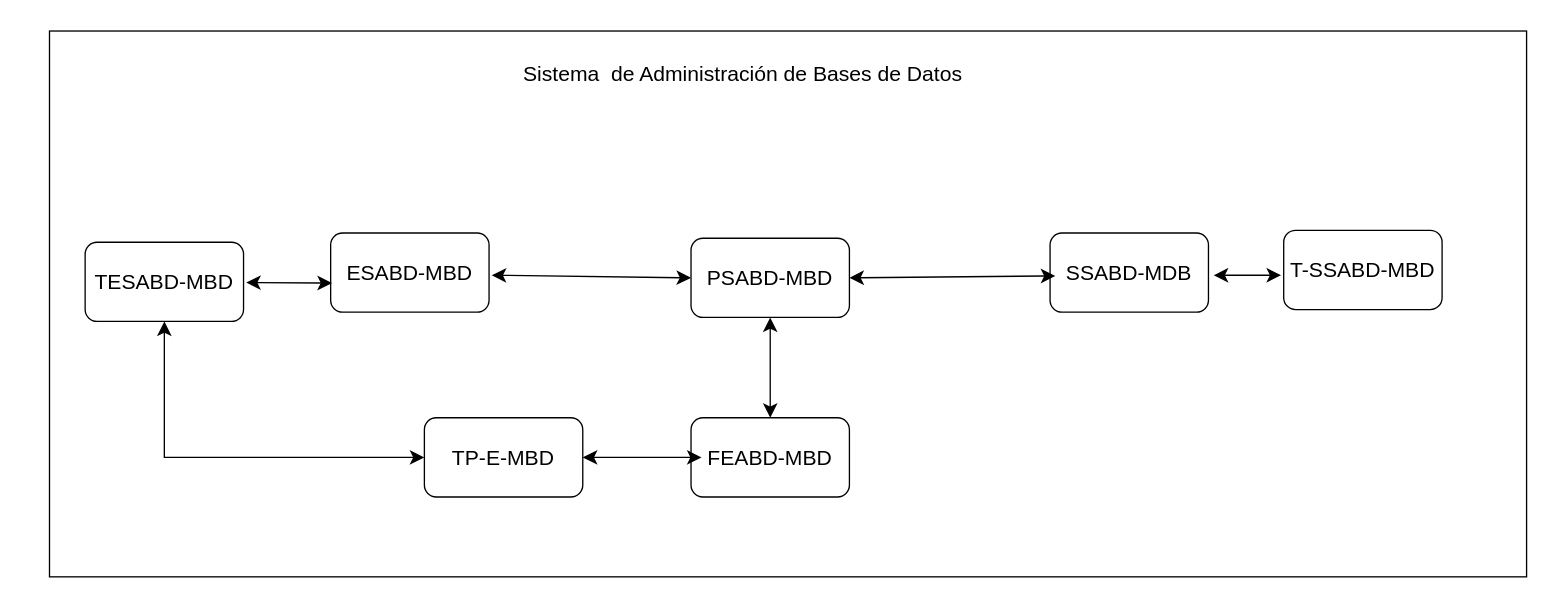
EstebanGitPro/AdminFinanazas keeps this draw.io diagram as page "Página-1" (1 of 2) of Examen1MV.drawio. Above is the earlier version. Source tidied: cells renumbered, new cells numbered last; positions are measured from the earlier drawing's top-left corner, leaving out a move shared by most shapes. Both pictures are drawn from the tidied source at 132%, with x=0, y=0 at pixel (49, 30).
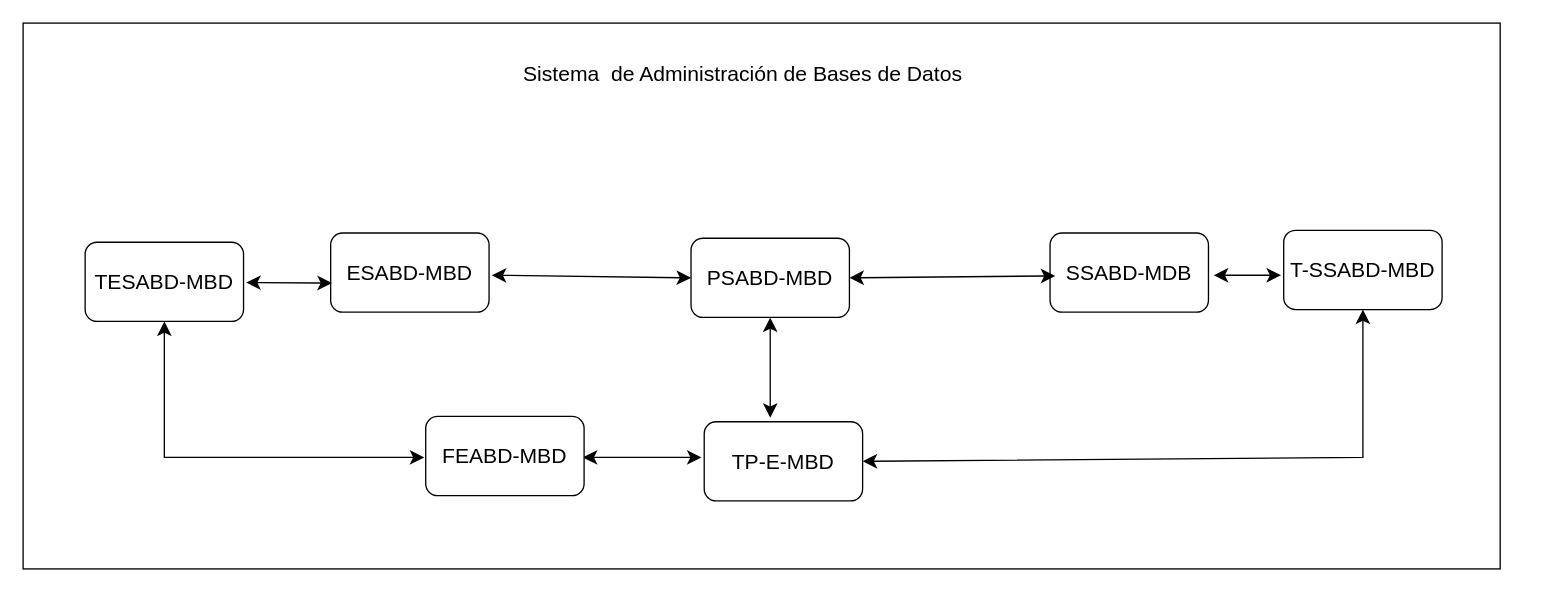
After the change.

Unchanged cells that the change refers to:
```xml
<mxCell id="4" value="PSABD-MBD" style="rounded=1;whiteSpace=wrap;html=1;fontSize=16;" parent="1" vertex="1">
  <mxGeometry x="486" y="157" width="120" height="60" as="geometry" />
</mxCell>
<mxCell id="7" value="T-SSABD-MBD" style="rounded=1;whiteSpace=wrap;html=1;fontSize=16;" parent="1" vertex="1">
  <mxGeometry x="935" y="151" width="120" height="60" as="geometry" />
</mxCell>
<mxCell id="13" value="TESABD-MBD" style="rounded=1;whiteSpace=wrap;html=1;fontSize=16;" parent="1" vertex="1">
  <mxGeometry x="27" y="160" width="120" height="60" as="geometry" />
</mxCell>
```

Change to the diagram source:
```diff
@@
     <mxCell id="2" style="rounded=0;whiteSpace=wrap;html=1;fontSize=16;" parent="1" vertex="1">
-      <mxGeometry width="1119" height="413.5" as="geometry" />
+      <mxGeometry x="-20" y="-6" width="1119" height="413.5" as="geometry" />
     </mxCell>
@@
-    <mxCell id="6" value="TP-E-MBD" style="rounded=1;whiteSpace=wrap;html=1;fontSize=16;" parent="1" vertex="1">
-      <mxGeometry x="284" y="293" width="120" height="60" as="geometry" />
-    </mxCell>
@@
-    <mxCell id="14" value="FEABD-MBD" style="rounded=1;whiteSpace=wrap;html=1;fontSize=16;" parent="1" vertex="1">
-      <mxGeometry x="486" y="293" width="120" height="60" as="geometry" />
-    </mxCell>
-    <mxCell id="15" style="endArrow=classic;startArrow=classic;html=1;rounded=0;fontSize=12;startSize=8;endSize=8;curved=1;entryX=0.5;entryY=1;entryDx=0;entryDy=0;exitX=0.5;exitY=0;exitDx=0;exitDy=0;" parent="1" edge="1" source="14" target="4">
-      <mxGeometry relative="1" as="geometry" />
+    <mxCell id="15" style="endArrow=classic;startArrow=classic;html=1;rounded=0;fontSize=12;startSize=8;endSize=8;curved=1;entryX=0.5;entryY=1;entryDx=0;entryDy=0;exitX=0.5;exitY=0;exitDx=0;exitDy=0;" parent="1" edge="1" target="4">
+      <mxGeometry relative="1" as="geometry">
+        <mxPoint x="546" y="293" as="sourcePoint" />
+      </mxGeometry>
     </mxCell>
-    <mxCell id="16" style="endArrow=classic;startArrow=classic;html=1;rounded=0;fontSize=12;startSize=8;endSize=8;curved=1;exitX=1;exitY=0.5;exitDx=0;exitDy=0;" parent="1" edge="1" source="6">
+    <mxCell id="16" style="endArrow=classic;startArrow=classic;html=1;rounded=0;fontSize=12;startSize=8;endSize=8;curved=1;exitX=1;exitY=0.5;exitDx=0;exitDy=0;" parent="1" edge="1">
       <mxGeometry relative="1" as="geometry">
+        <mxPoint x="404" y="323" as="sourcePoint" />
         <mxPoint x="494" y="323" as="targetPoint" />
       </mxGeometry>
     </mxCell>
-    <mxCell id="17" style="endArrow=classic;startArrow=classic;html=1;rounded=0;fontSize=12;startSize=8;endSize=8;entryX=0.5;entryY=1;entryDx=0;entryDy=0;exitX=0;exitY=0.5;exitDx=0;exitDy=0;" parent="1" edge="1" source="6" target="13">
+    <mxCell id="17" style="endArrow=classic;startArrow=classic;html=1;rounded=0;fontSize=12;startSize=8;endSize=8;entryX=0.5;entryY=1;entryDx=0;entryDy=0;exitX=0;exitY=0.5;exitDx=0;exitDy=0;" parent="1" edge="1" target="13">
       <mxGeometry relative="1" as="geometry">
+        <mxPoint x="284" y="323" as="sourcePoint" />
         <Array as="points">
           <mxPoint x="87" y="323" />
         </Array>
       </mxGeometry>
     </mxCell>
+    <mxCell id="6" value="TP-E-MBD" style="rounded=1;whiteSpace=wrap;html=1;fontSize=16;" parent="1" vertex="1">
+      <mxGeometry x="496" y="296" width="120" height="60" as="geometry" />
+    </mxCell>
+    <mxCell id="14" value="FEABD-MBD" style="rounded=1;whiteSpace=wrap;html=1;fontSize=16;" parent="1" vertex="1">
+      <mxGeometry x="285" y="292" width="120" height="60" as="geometry" />
+    </mxCell>
+    <mxCell id="18" style="endArrow=classic;startArrow=classic;html=1;rounded=0;fontSize=12;startSize=8;endSize=8;entryX=0.5;entryY=1;entryDx=0;entryDy=0;exitX=1;exitY=0.5;exitDx=0;exitDy=0;" parent="1" edge="1" source="6" target="7">
+      <mxGeometry relative="1" as="geometry">
+        <Array as="points">
+          <mxPoint x="995" y="323" />
+        </Array>
+      </mxGeometry>
+    </mxCell>
```
